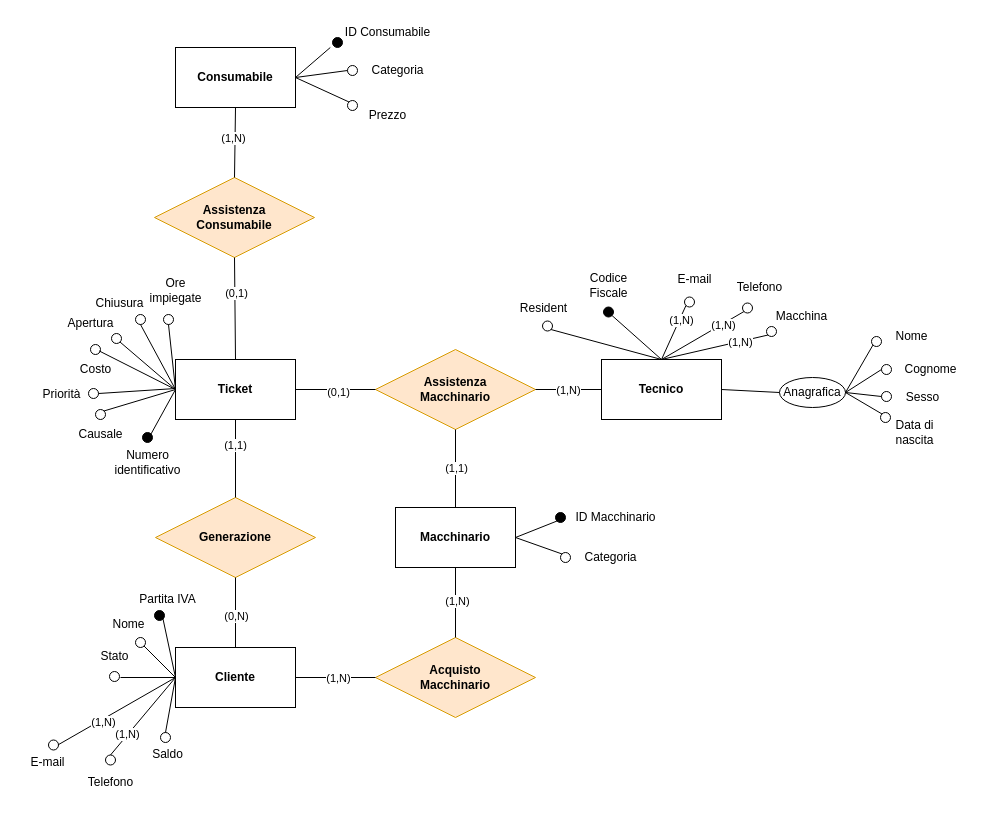
Earlier version of the draw.io diagram Diagrammi/generalizzazione2.drawio (fedeStaffo/Progetto_Basi_di_dati). Source tidied: cells renumbered, new cells numbered last; positions are measured from the earlier drawing's top-left corner, leaving out a move shared by most shapes. Both pictures are drawn from the tidied source at 100%, with x=0, y=0 at pixel (17, 17).
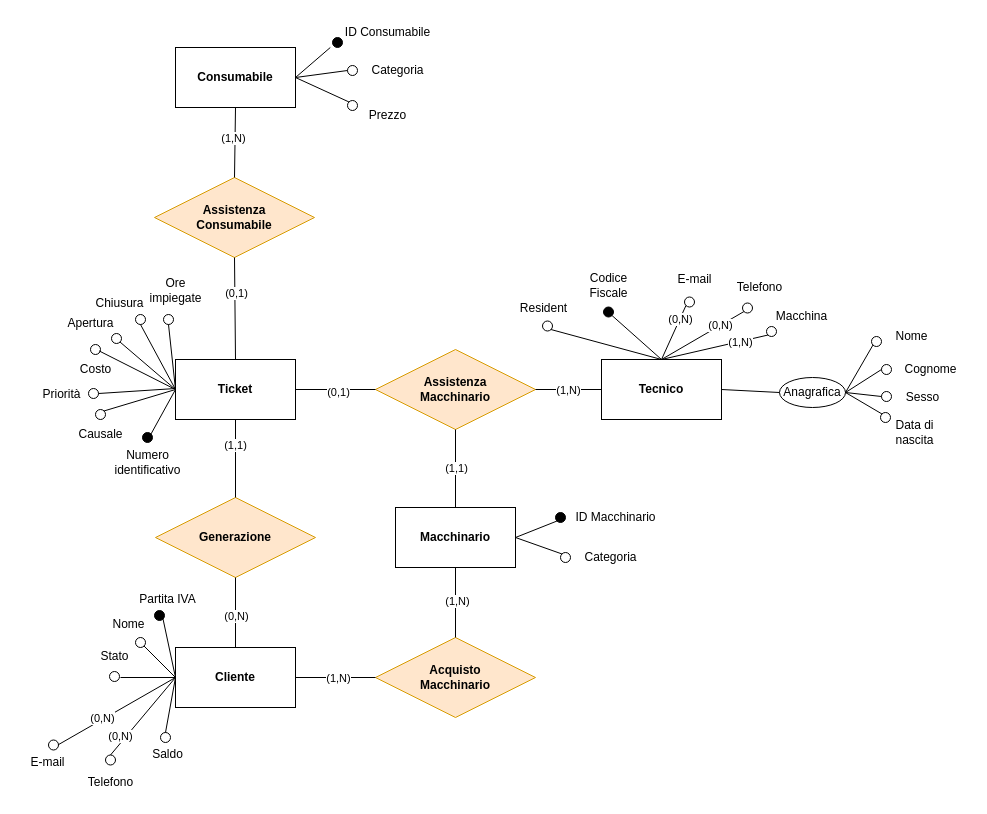
After the change.

The change refers to these unchanged cells:
```xml
<mxCell id="40" style="endArrow=none;html=1;rounded=0;entryX=0;entryY=1;entryDx=0;entryDy=0;exitX=0.5;exitY=0;exitDx=0;exitDy=0;" parent="1" edge="1" source="4" target="34">
  <mxGeometry relative="1" as="geometry" />
</mxCell>
<mxCell id="42" style="endArrow=none;html=1;rounded=0;entryX=0;entryY=1;entryDx=0;entryDy=0;exitX=0.5;exitY=0;exitDx=0;exitDy=0;" parent="1" edge="1" source="4" target="37">
  <mxGeometry relative="1" as="geometry" />
</mxCell>
<mxCell id="64" style="endArrow=none;html=1;rounded=0;entryX=0.5;entryY=0;entryDx=0;entryDy=0;exitX=0;exitY=0.5;exitDx=0;exitDy=0;" parent="1" edge="1" source="2" target="53">
  <mxGeometry relative="1" as="geometry" />
</mxCell>
<mxCell id="67" style="endArrow=none;html=1;rounded=0;entryX=0;entryY=0.5;entryDx=0;entryDy=0;exitX=0.68;exitY=-0.093;exitDx=0;exitDy=0;exitPerimeter=0;" parent="1" edge="1" source="58" target="2">
  <mxGeometry relative="1" as="geometry" />
</mxCell>
```

The edit, as a diff of the source:
```diff
@@
-    <mxCell id="41" value="(1,N)" style="edgeLabel;html=1;align=center;verticalAlign=middle;" parent="40" vertex="1">
-      <mxGeometry x="0.47" y="-1" relative="1" as="geometry" />
-    </mxCell>
+    <mxCell id="117" value="(0,N)" style="edgeLabel;html=1;align=center;verticalAlign=middle;" parent="40" vertex="1">
+      <mxGeometry x="0.48" relative="1" as="geometry" />
+    </mxCell>
@@
-    <mxCell id="43" value="(1,N)" style="edgeLabel;html=1;align=center;verticalAlign=middle;" parent="42" vertex="1">
-      <mxGeometry x="0.48" relative="1" as="geometry">
-        <mxPoint y="1" as="offset" />
-      </mxGeometry>
-    </mxCell>
@@
-    <mxCell id="65" value="(1,N)" style="edgeLabel;html=1;align=center;verticalAlign=middle;" parent="64" vertex="1">
-      <mxGeometry x="0.49" y="-1" relative="1" as="geometry" />
-    </mxCell>
@@
-    <mxCell id="68" value="(1,N)" style="edgeLabel;html=1;align=center;verticalAlign=middle;" parent="67" vertex="1">
-      <mxGeometry x="-0.26" y="-2" relative="1" as="geometry" />
-    </mxCell>
+    <mxCell id="118" value="(0,N)" style="edgeLabel;html=1;align=center;verticalAlign=middle;" parent="67" vertex="1">
+      <mxGeometry x="-0.24" y="2" relative="1" as="geometry" />
+    </mxCell>
@@
+    <mxCell id="119" value="(0,N)" style="edgeLabel;html=1;align=center;verticalAlign=middle;" parent="1" vertex="1">
+      <mxGeometry x="94" y="710.1" as="geometry">
+        <mxPoint x="8" y="8" as="offset" />
+      </mxGeometry>
+    </mxCell>
+    <mxCell id="120" value="(0,N)" style="edgeLabel;html=1;align=center;verticalAlign=middle;" parent="1" vertex="1">
+      <mxGeometry x="672" y="319" as="geometry">
+        <mxPoint x="30" y="-12" as="offset" />
+      </mxGeometry>
+    </mxCell>
```
